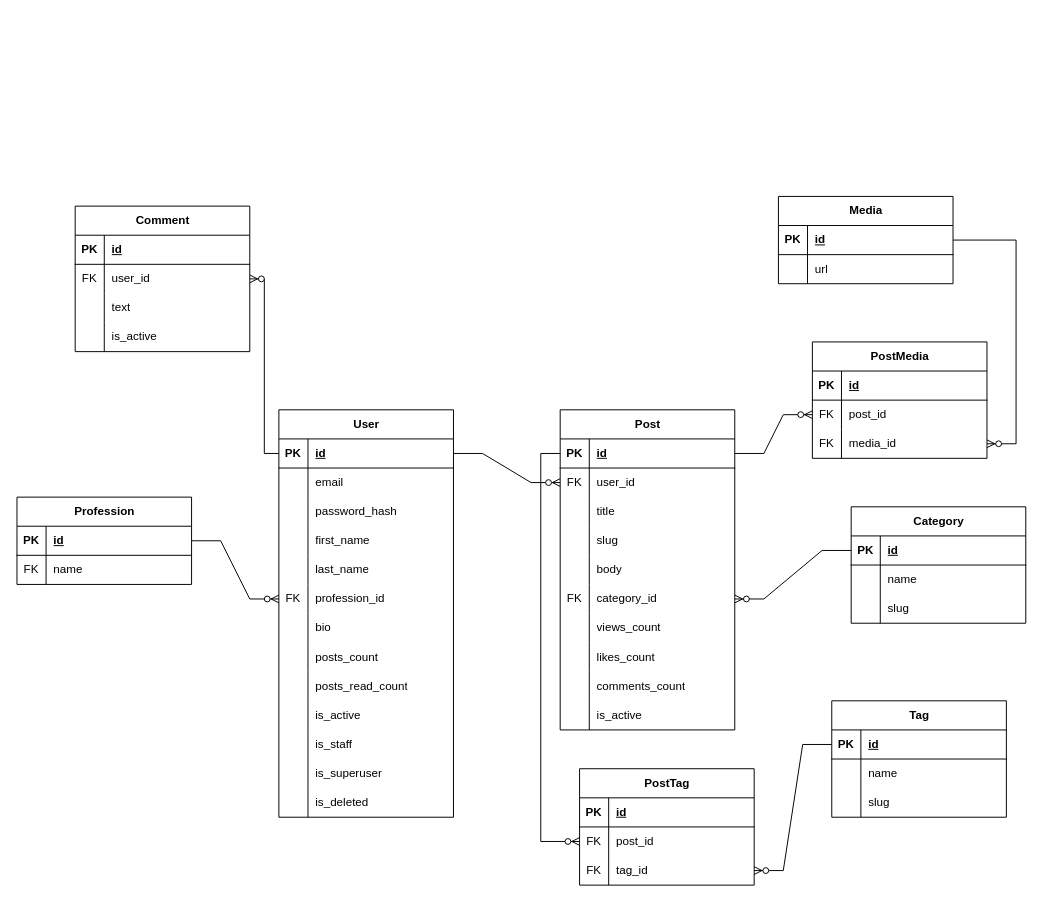
UIC-Academy/chesnokuz keeps this draw.io diagram as db.drawio. Above is the earlier version. Source tidied: cells renumbered, new cells numbered last; positions are measured from the earlier drawing's top-left corner, leaving out a move shared by most shapes. Both pictures are drawn from the tidied source at 97%, with x=0, y=0 at pixel (16, 196).
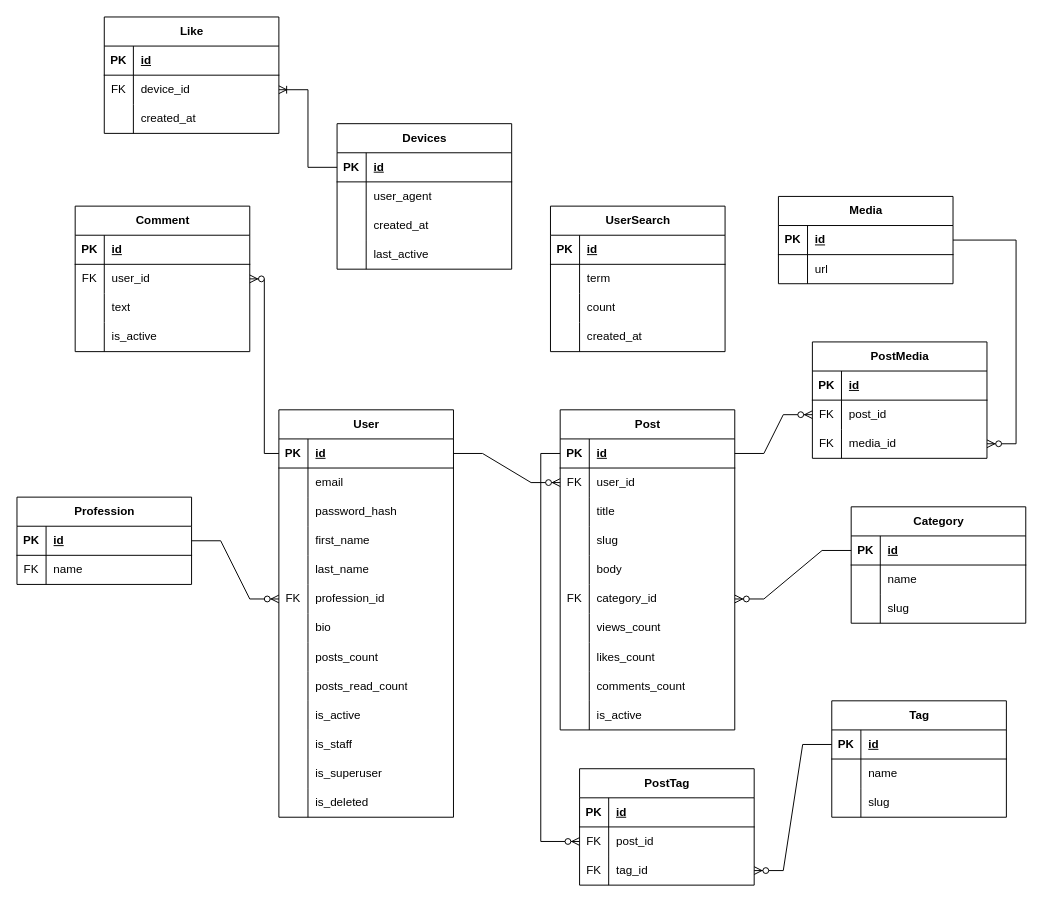
After the change.

Commit message (it also covers changes not shown here):
add: device, user search, like models, comment user_id nullable

Change to the diagram source:
```diff
@@
+    <mxCell id="148" value="UserSearch" style="shape=table;startSize=30;childLayout=tableLayout;rowLines=0;fontStyle=1;align=center;html=1;" parent="1" vertex="1">
+      <mxGeometry x="550" y="10" width="180" height="150" as="geometry" />
+    </mxCell>
+    <mxCell id="149" style="shape=tableRow;horizontal=0;startSize=0;swimlaneHead=0;swimlaneBody=0;fillColor=none;top=0;left=0;right=0;bottom=1;" parent="148" vertex="1">
+      <mxGeometry y="30" width="180" height="30" as="geometry" />
+    </mxCell>
+    <mxCell id="150" value="PK" style="shape=partialRectangle;fillColor=none;top=0;left=0;bottom=0;right=0;fontStyle=1;overflow=hidden;whiteSpace=wrap;html=1;" parent="149" vertex="1">
+      <mxGeometry width="30" height="30" as="geometry" />
+    </mxCell>
+    <mxCell id="151" value="id" style="shape=partialRectangle;fillColor=none;top=0;left=0;bottom=0;right=0;align=left;spacingLeft=6;fontStyle=5;overflow=hidden;whiteSpace=wrap;html=1;" parent="149" vertex="1">
+      <mxGeometry x="30" width="150" height="30" as="geometry" />
+    </mxCell>
+    <mxCell id="152" style="shape=tableRow;horizontal=0;startSize=0;swimlaneHead=0;swimlaneBody=0;fillColor=none;top=0;left=0;right=0;bottom=0;" parent="148" vertex="1">
+      <mxGeometry y="60" width="180" height="30" as="geometry" />
+    </mxCell>
+    <mxCell id="153" style="shape=partialRectangle;fillColor=none;top=0;left=0;bottom=0;right=0;overflow=hidden;whiteSpace=wrap;html=1;" parent="152" vertex="1">
+      <mxGeometry width="30" height="30" as="geometry" />
+    </mxCell>
+    <mxCell id="154" value="term" style="shape=partialRectangle;fillColor=none;top=0;left=0;bottom=0;right=0;align=left;spacingLeft=6;overflow=hidden;whiteSpace=wrap;html=1;" parent="152" vertex="1">
+      <mxGeometry x="30" width="150" height="30" as="geometry" />
+    </mxCell>
+    <mxCell id="155" style="shape=tableRow;horizontal=0;startSize=0;swimlaneHead=0;swimlaneBody=0;fillColor=none;top=0;left=0;right=0;bottom=0;" parent="148" vertex="1">
+      <mxGeometry y="90" width="180" height="30" as="geometry" />
+    </mxCell>
+    <mxCell id="156" style="shape=partialRectangle;fillColor=none;top=0;left=0;bottom=0;right=0;overflow=hidden;whiteSpace=wrap;html=1;" parent="155" vertex="1">
+      <mxGeometry width="30" height="30" as="geometry" />
+    </mxCell>
+    <mxCell id="157" value="count" style="shape=partialRectangle;fillColor=none;top=0;left=0;bottom=0;right=0;align=left;spacingLeft=6;overflow=hidden;whiteSpace=wrap;html=1;" parent="155" vertex="1">
+      <mxGeometry x="30" width="150" height="30" as="geometry" />
+    </mxCell>
+    <mxCell id="158" style="shape=tableRow;horizontal=0;startSize=0;swimlaneHead=0;swimlaneBody=0;fillColor=none;top=0;left=0;right=0;bottom=0;" parent="148" vertex="1">
+      <mxGeometry y="120" width="180" height="30" as="geometry" />
+    </mxCell>
+    <mxCell id="159" style="shape=partialRectangle;fillColor=none;top=0;left=0;bottom=0;right=0;overflow=hidden;whiteSpace=wrap;html=1;" parent="158" vertex="1">
+      <mxGeometry width="30" height="30" as="geometry" />
+    </mxCell>
+    <mxCell id="160" value="created_at" style="shape=partialRectangle;fillColor=none;top=0;left=0;bottom=0;right=0;align=left;spacingLeft=6;overflow=hidden;whiteSpace=wrap;html=1;" parent="158" vertex="1">
+      <mxGeometry x="30" width="150" height="30" as="geometry" />
+    </mxCell>
+    <mxCell id="161" value="Devices" style="shape=table;startSize=30;childLayout=tableLayout;rowLines=0;fontStyle=1;align=center;html=1;" parent="1" vertex="1">
+      <mxGeometry x="330" y="-75" width="180" height="150" as="geometry" />
+    </mxCell>
+    <mxCell id="162" style="shape=tableRow;horizontal=0;startSize=0;swimlaneHead=0;swimlaneBody=0;fillColor=none;points=[[0,0.5],[1,0.5]];portConstraint=eastwest;top=0;left=0;right=0;bottom=1;" parent="161" vertex="1">
+      <mxGeometry y="30" width="180" height="30" as="geometry" />
+    </mxCell>
+    <mxCell id="163" value="PK" style="shape=partialRectangle;fillColor=none;top=0;left=0;bottom=0;right=0;fontStyle=1;overflow=hidden;whiteSpace=wrap;html=1;" parent="162" vertex="1">
+      <mxGeometry width="30" height="30" as="geometry" />
+    </mxCell>
+    <mxCell id="164" value="id" style="shape=partialRectangle;fillColor=none;top=0;left=0;bottom=0;right=0;align=left;spacingLeft=6;fontStyle=5;overflow=hidden;whiteSpace=wrap;html=1;" parent="162" vertex="1">
+      <mxGeometry x="30" width="150" height="30" as="geometry" />
+    </mxCell>
+    <mxCell id="165" style="shape=tableRow;horizontal=0;startSize=0;swimlaneHead=0;swimlaneBody=0;fillColor=none;top=0;left=0;right=0;bottom=0;" parent="161" vertex="1">
+      <mxGeometry y="60" width="180" height="30" as="geometry" />
+    </mxCell>
+    <mxCell id="166" style="shape=partialRectangle;fillColor=none;top=0;left=0;bottom=0;right=0;overflow=hidden;whiteSpace=wrap;html=1;" parent="165" vertex="1">
+      <mxGeometry width="30" height="30" as="geometry" />
+    </mxCell>
+    <mxCell id="167" value="user_agent" style="shape=partialRectangle;fillColor=none;top=0;left=0;bottom=0;right=0;align=left;spacingLeft=6;overflow=hidden;whiteSpace=wrap;html=1;" parent="165" vertex="1">
+      <mxGeometry x="30" width="150" height="30" as="geometry" />
+    </mxCell>
+    <mxCell id="168" style="shape=tableRow;horizontal=0;startSize=0;swimlaneHead=0;swimlaneBody=0;fillColor=none;top=0;left=0;right=0;bottom=0;" parent="161" vertex="1">
+      <mxGeometry y="90" width="180" height="30" as="geometry" />
+    </mxCell>
+    <mxCell id="169" style="shape=partialRectangle;fillColor=none;top=0;left=0;bottom=0;right=0;overflow=hidden;whiteSpace=wrap;html=1;" parent="168" vertex="1">
+      <mxGeometry width="30" height="30" as="geometry" />
+    </mxCell>
+    <mxCell id="170" value="created_at" style="shape=partialRectangle;fillColor=none;top=0;left=0;bottom=0;right=0;align=left;spacingLeft=6;overflow=hidden;whiteSpace=wrap;html=1;" parent="168" vertex="1">
+      <mxGeometry x="30" width="150" height="30" as="geometry" />
+    </mxCell>
+    <mxCell id="171" style="shape=tableRow;horizontal=0;startSize=0;swimlaneHead=0;swimlaneBody=0;fillColor=none;top=0;left=0;right=0;bottom=0;" parent="161" vertex="1">
+      <mxGeometry y="120" width="180" height="30" as="geometry" />
+    </mxCell>
+    <mxCell id="172" style="shape=partialRectangle;fillColor=none;top=0;left=0;bottom=0;right=0;overflow=hidden;whiteSpace=wrap;html=1;" parent="171" vertex="1">
+      <mxGeometry width="30" height="30" as="geometry" />
+    </mxCell>
+    <mxCell id="173" value="last_active" style="shape=partialRectangle;fillColor=none;top=0;left=0;bottom=0;right=0;align=left;spacingLeft=6;overflow=hidden;whiteSpace=wrap;html=1;" parent="171" vertex="1">
+      <mxGeometry x="30" width="150" height="30" as="geometry" />
+    </mxCell>
+    <mxCell id="174" value="Like" style="shape=table;startSize=30;childLayout=tableLayout;rowLines=0;fontStyle=1;align=center;html=1;" parent="1" vertex="1">
+      <mxGeometry x="90" y="-185" width="180" height="120" as="geometry" />
+    </mxCell>
+    <mxCell id="175" style="shape=tableRow;horizontal=0;startSize=0;swimlaneHead=0;swimlaneBody=0;fillColor=none;top=0;left=0;right=0;bottom=1;" parent="174" vertex="1">
+      <mxGeometry y="30" width="180" height="30" as="geometry" />
+    </mxCell>
+    <mxCell id="176" value="PK" style="shape=partialRectangle;fillColor=none;top=0;left=0;bottom=0;right=0;fontStyle=1;overflow=hidden;whiteSpace=wrap;html=1;" parent="175" vertex="1">
+      <mxGeometry width="30" height="30" as="geometry" />
+    </mxCell>
+    <mxCell id="177" value="id" style="shape=partialRectangle;fillColor=none;top=0;left=0;bottom=0;right=0;align=left;spacingLeft=6;fontStyle=5;overflow=hidden;whiteSpace=wrap;html=1;" parent="175" vertex="1">
+      <mxGeometry x="30" width="150" height="30" as="geometry" />
+    </mxCell>
+    <mxCell id="178" style="shape=tableRow;horizontal=0;startSize=0;swimlaneHead=0;swimlaneBody=0;fillColor=none;points=[[0,0.5],[1,0.5]];portConstraint=eastwest;top=0;left=0;right=0;bottom=0;" parent="174" vertex="1">
+      <mxGeometry y="60" width="180" height="30" as="geometry" />
+    </mxCell>
+    <mxCell id="179" value="FK" style="shape=partialRectangle;fillColor=none;top=0;left=0;bottom=0;right=0;overflow=hidden;whiteSpace=wrap;html=1;" parent="178" vertex="1">
+      <mxGeometry width="30" height="30" as="geometry" />
+    </mxCell>
+    <mxCell id="180" value="device_id" style="shape=partialRectangle;fillColor=none;top=0;left=0;bottom=0;right=0;align=left;spacingLeft=6;overflow=hidden;whiteSpace=wrap;html=1;" parent="178" vertex="1">
+      <mxGeometry x="30" width="150" height="30" as="geometry" />
+    </mxCell>
+    <mxCell id="181" style="shape=tableRow;horizontal=0;startSize=0;swimlaneHead=0;swimlaneBody=0;fillColor=none;top=0;left=0;right=0;bottom=0;" parent="174" vertex="1">
+      <mxGeometry y="90" width="180" height="30" as="geometry" />
+    </mxCell>
+    <mxCell id="182" style="shape=partialRectangle;fillColor=none;top=0;left=0;bottom=0;right=0;overflow=hidden;whiteSpace=wrap;html=1;" parent="181" vertex="1">
+      <mxGeometry width="30" height="30" as="geometry" />
+    </mxCell>
+    <mxCell id="183" value="created_at" style="shape=partialRectangle;fillColor=none;top=0;left=0;bottom=0;right=0;align=left;spacingLeft=6;overflow=hidden;whiteSpace=wrap;html=1;" parent="181" vertex="1">
+      <mxGeometry x="30" width="150" height="30" as="geometry" />
+    </mxCell>
+    <mxCell id="184" style="edgeStyle=entityRelationEdgeStyle;fontSize=12;html=1;endArrow=ERoneToMany;rounded=0;exitX=0;exitY=0.5;exitDx=0;exitDy=0;entryX=1;entryY=0.5;entryDx=0;entryDy=0;" parent="1" edge="1" source="162" target="178">
+      <mxGeometry relative="1" as="geometry" />
+    </mxCell>
```
